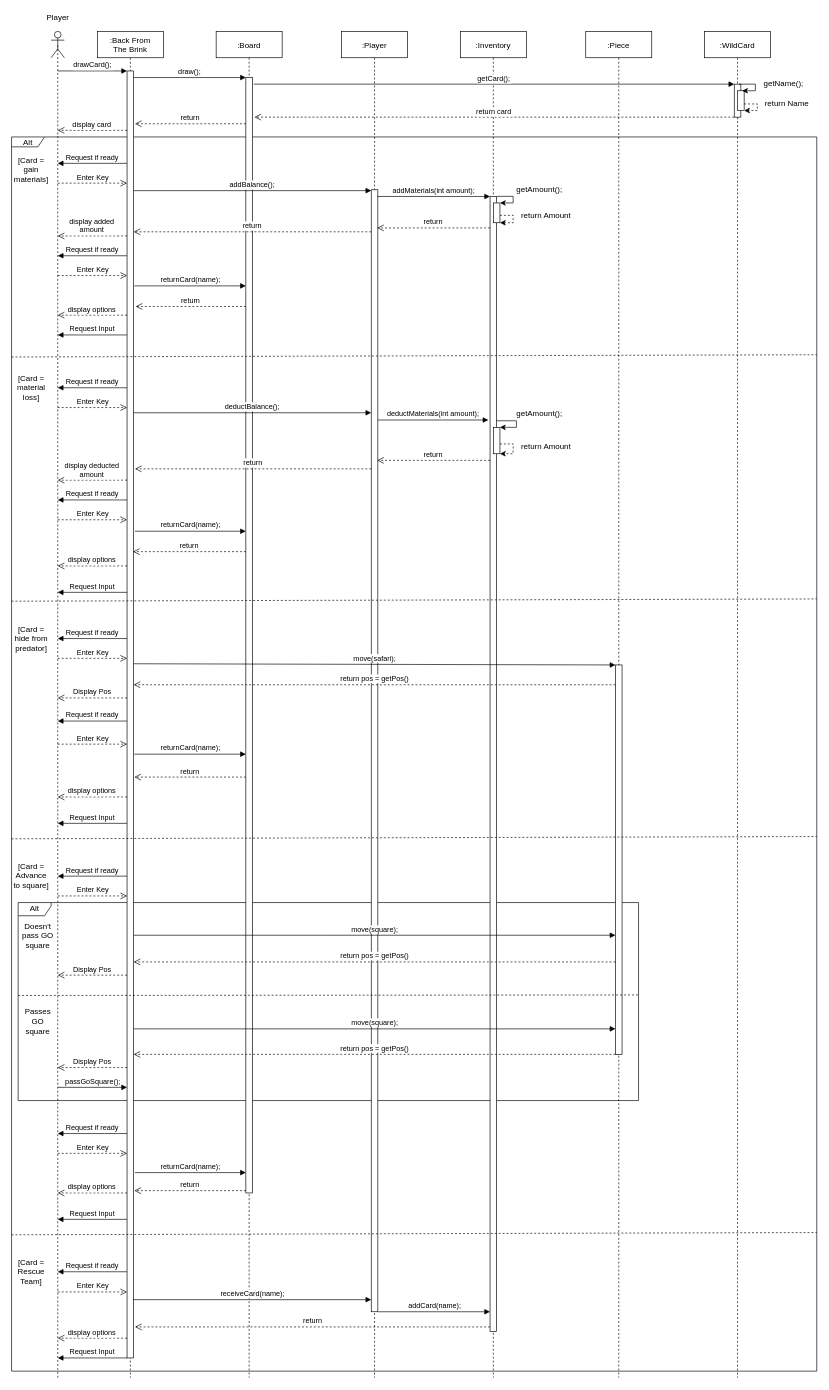
The draw.io diagram Documentation/Sequence Diagrams/Draw WildCard SD (draft).drawio in cmcgarry5/csc2058-2021-g25, before the edit. Source tidied: cells renumbered, new cells numbered last; positions are measured from the earlier drawing's top-left corner, leaving out a move shared by most shapes. Both pictures are drawn from the tidied source at 66%, with x=0, y=0 at pixel (11, 11).
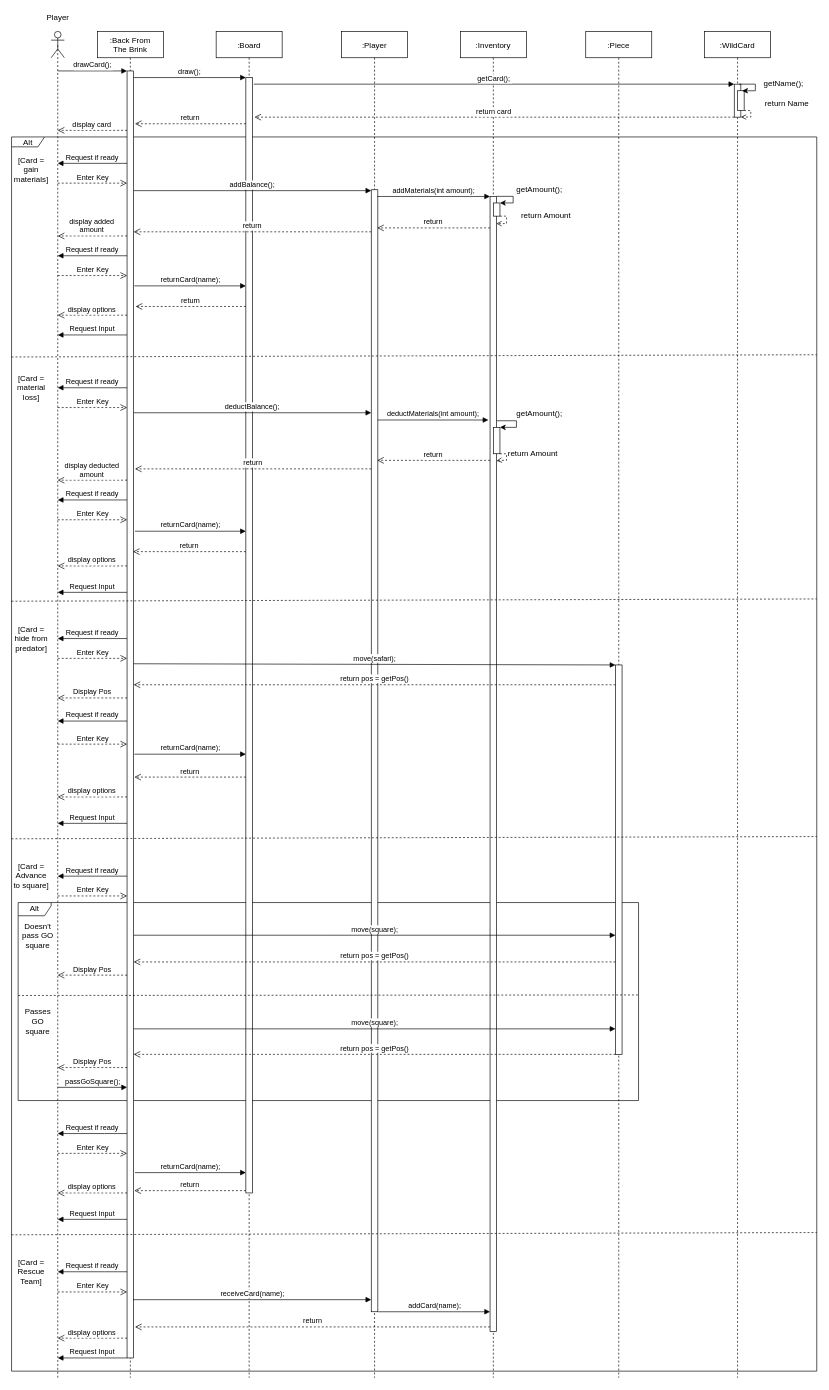
After the change.

Unchanged cells that the change refers to:
```xml
<mxCell id="13" style="points=[];perimeter=orthogonalPerimeter;rounded=0;shadow=0;strokeWidth=1;" parent="12" vertex="1">
  <mxGeometry x="45" y="250" width="10" height="1720" as="geometry" />
</mxCell>
<mxCell id="17" style="points=[];perimeter=orthogonalPerimeter;rounded=0;shadow=0;strokeWidth=1;" parent="16" vertex="1">
  <mxGeometry x="45" y="80" width="10" height="50" as="geometry" />
</mxCell>
<mxCell id="18" style="rounded=0;whiteSpace=wrap;html=1;" parent="16" vertex="1">
  <mxGeometry x="50" y="90" width="10" height="30" as="geometry" />
</mxCell>
```

What changed in the source:
```diff
@@
     <mxCell id="31" style="rounded=0;whiteSpace=wrap;html=1;" parent="1" vertex="1">
-      <mxGeometry x="730" y="290" width="10" height="30" as="geometry" />
+      <mxGeometry x="730" y="290" width="10" height="20" as="geometry" />
     </mxCell>
@@
-    <mxCell id="33" style="edgeStyle=orthogonalEdgeStyle;rounded=0;orthogonalLoop=1;jettySize=auto;html=1;dashed=1;exitX=1.003;exitY=0.628;exitDx=0;exitDy=0;exitPerimeter=0;entryX=1;entryY=1;entryDx=0;entryDy=0;" parent="1" edge="1" source="31" target="31">
+    <mxCell id="33" style="edgeStyle=orthogonalEdgeStyle;rounded=0;jettySize=auto;html=1;dashed=1;entryX=0.955;entryY=0.024;entryDx=0;entryDy=0;entryPerimeter=0;endArrow=open;endFill=0;" parent="1" edge="1" target="13">
       <mxGeometry relative="1" as="geometry">
+        <mxPoint x="740" y="310" as="sourcePoint" />
         <Array as="points">
-          <mxPoint x="760" y="309" />
-          <mxPoint x="760" y="320" />
+          <mxPoint x="750" y="310" />
+          <mxPoint x="750" y="321" />
         </Array>
       </mxGeometry>
     </mxCell>
@@
-    <mxCell id="52" style="edgeStyle=orthogonalEdgeStyle;rounded=0;orthogonalLoop=1;jettySize=auto;html=1;dashed=1;exitX=1.003;exitY=0.628;exitDx=0;exitDy=0;exitPerimeter=0;" parent="1" edge="1">
+    <mxCell id="52" style="edgeStyle=orthogonalEdgeStyle;rounded=0;jettySize=auto;html=1;dashed=1;endArrow=open;endFill=0;entryX=0.982;entryY=0.233;entryDx=0;entryDy=0;entryPerimeter=0;" parent="1" edge="1" target="13">
       <mxGeometry relative="1" as="geometry">
-        <mxPoint x="740" y="655.1" as="sourcePoint" />
-        <mxPoint x="740" y="670" as="targetPoint" />
+        <mxPoint x="740" y="670" as="sourcePoint" />
         <Array as="points">
-          <mxPoint x="760" y="655" />
-          <mxPoint x="760" y="670" />
+          <mxPoint x="750" y="670" />
+          <mxPoint x="750" y="680" />
+          <mxPoint x="740" y="680" />
         </Array>
       </mxGeometry>
     </mxCell>
     <mxCell id="53" value="return Amount" style="text;html=1;strokeColor=none;fillColor=none;align=center;verticalAlign=middle;whiteSpace=wrap;rounded=0;" parent="1" vertex="1">
-      <mxGeometry x="770" y="650" width="80" height="20" as="geometry" />
+      <mxGeometry x="750" y="660" width="80" height="20" as="geometry" />
     </mxCell>
@@
-    <mxCell id="96" style="edgeStyle=orthogonalEdgeStyle;rounded=0;jettySize=auto;html=1;dashed=1;exitX=1.003;exitY=0.628;exitDx=0;exitDy=0;exitPerimeter=0;entryX=1;entryY=1;entryDx=0;entryDy=0;" parent="1" edge="1" target="18">
+    <mxCell id="96" style="edgeStyle=orthogonalEdgeStyle;rounded=0;jettySize=auto;html=1;dashed=1;endArrow=open;endFill=0;entryX=0.998;entryY=0.996;entryDx=0;entryDy=0;entryPerimeter=0;" parent="1" edge="1" target="17">
       <mxGeometry relative="1" as="geometry">
-        <mxPoint x="1110" y="140" as="sourcePoint" />
+        <mxPoint x="1110" y="150" as="sourcePoint" />
         <Array as="points">
-          <mxPoint x="1130" y="140" />
-          <mxPoint x="1130" y="150" />
+          <mxPoint x="1120" y="150" />
+          <mxPoint x="1120" y="160" />
         </Array>
       </mxGeometry>
     </mxCell>
```
